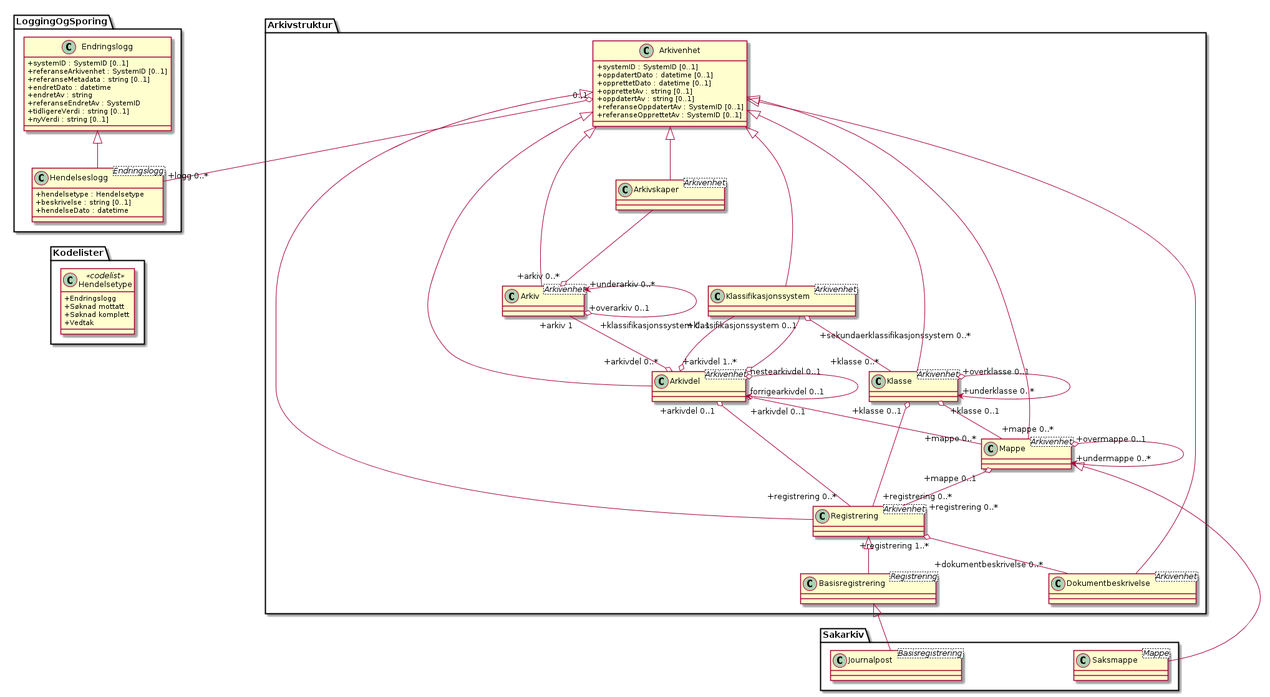
Above: kapitler/media/uml-arkivstruktur-arkivenhet-som-basis-klasse.png in arkivverket/noark5-tjenestegrensesnitt-standard (PlantUML), before the change.
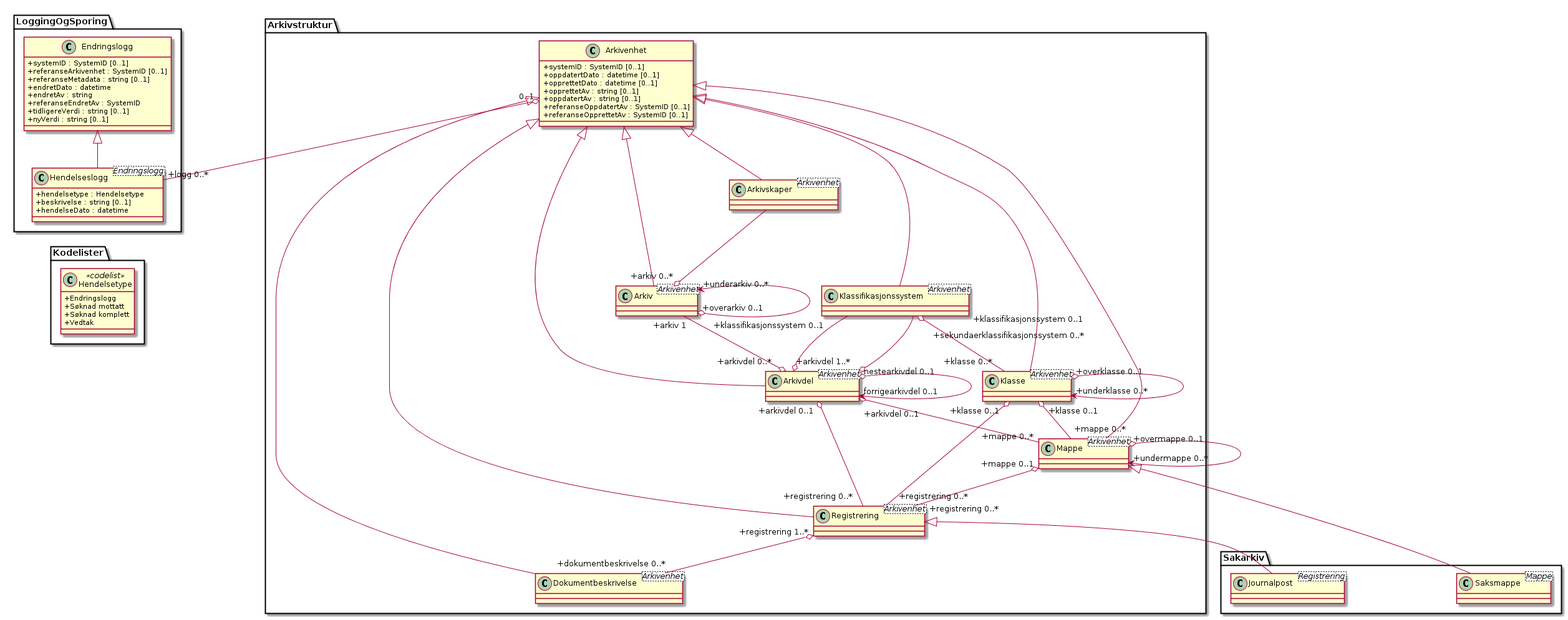
After the change.

What changed in the source:
```diff
@@ -18,9 +18,8 @@
 class Arkivstruktur.Klasse <Arkivenhet>
 class Arkivstruktur.Mappe <Arkivenhet>
 class Arkivstruktur.Registrering <Arkivenhet>
-class Arkivstruktur.Basisregistrering <Registrering>
 class Arkivstruktur.Dokumentbeskrivelse <Arkivenhet>
-class Sakarkiv.Journalpost <Basisregistrering>
+class Sakarkiv.Journalpost <Registrering>
 class Sakarkiv.Saksmappe <Mappe>
 
 Arkivstruktur.Arkivenhet <|-- Arkivstruktur.Arkivskaper
@@ -48,8 +47,7 @@
 Arkivstruktur.Arkivenhet <|-- Arkivstruktur.Dokumentbeskrivelse
 Arkivstruktur.Registrering "+registrering 1..*" o-- "+dokumentbeskrivelse 0..*" Arkivstruktur.Dokumentbeskrivelse
 
-Arkivstruktur.Registrering <|-- Arkivstruktur.Basisregistrering
-Arkivstruktur.Basisregistrering <|-- Sakarkiv.Journalpost
+Arkivstruktur.Registrering <|-- Sakarkiv.Journalpost
 
 class LoggingOgSporing.Endringslogg {
   +systemID : SystemID [0..1]
```
